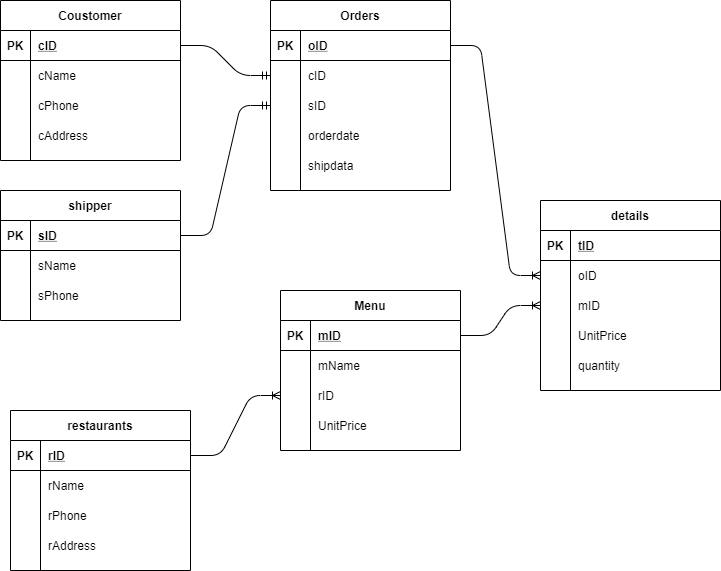
Before: ERD0708.png, a diagram exported from draw.io (chiayi-chiang/HW0807). Source tidied: cells renumbered, new cells last; positions are measured from the earlier drawing's top-left corner, leaving out a move shared by most shapes.
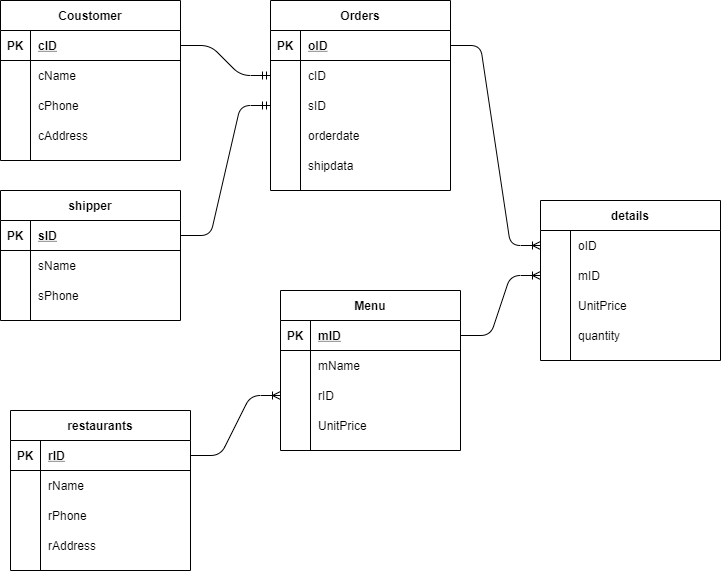
The same diagram one commit later.

What changed in the source:
```diff
@@ -135,19 +135,10 @@
       <mxGeometry relative="1" as="geometry" />
     </mxCell>
     <mxCell id="46" value="details" style="shape=table;startSize=30;rowLines=0;fontStyle=1;align=center;" parent="1" vertex="1">
-      <mxGeometry x="540" y="200" width="180" height="190" as="geometry" />
+      <mxGeometry x="540" y="200" width="180" height="160" as="geometry" />
     </mxCell>
-    <mxCell id="47" style="shape=partialRectangle;fillColor=none;top=0;left=0;bottom=1;right=0;" parent="46" vertex="1">
-      <mxGeometry y="30" width="180" height="30" as="geometry" />
-    </mxCell>
-    <mxCell id="48" value="PK" style="shape=partialRectangle;fillColor=none;top=0;left=0;bottom=0;right=0;fontStyle=1;overflow=hidden;" parent="47" vertex="1">
-      <mxGeometry width="30" height="30" as="geometry" />
-    </mxCell>
-    <mxCell id="49" value="tID" style="shape=partialRectangle;fillColor=none;top=0;left=0;bottom=0;right=0;align=left;spacingLeft=6;fontStyle=5;overflow=hidden;" parent="47" vertex="1">
-      <mxGeometry x="30" width="150" height="30" as="geometry" />
-    </mxCell>
     <mxCell id="50" style="shape=partialRectangle;fillColor=none;top=0;left=0;bottom=0;right=0;points=[[0,0.5],[1,0.5]];portConstraint=eastwest;" parent="46" vertex="1">
-      <mxGeometry y="60" width="180" height="30" as="geometry" />
+      <mxGeometry y="30" width="180" height="30" as="geometry" />
     </mxCell>
     <mxCell id="51" style="shape=partialRectangle;fillColor=none;top=0;left=0;bottom=0;right=0;overflow=hidden;" parent="50" vertex="1">
       <mxGeometry width="30" height="30" as="geometry" />
@@ -156,7 +147,7 @@
       <mxGeometry x="30" width="150" height="30" as="geometry" />
     </mxCell>
     <mxCell id="53" style="shape=partialRectangle;fillColor=none;top=0;left=0;bottom=0;right=0;points=[[0,0.5],[1,0.5]];portConstraint=eastwest;" parent="46" vertex="1">
-      <mxGeometry y="90" width="180" height="30" as="geometry" />
+      <mxGeometry y="60" width="180" height="30" as="geometry" />
     </mxCell>
     <mxCell id="54" style="shape=partialRectangle;fillColor=none;top=0;left=0;bottom=0;right=0;overflow=hidden;" parent="53" vertex="1">
       <mxGeometry width="30" height="30" as="geometry" />
@@ -165,7 +156,7 @@
       <mxGeometry x="30" width="150" height="30" as="geometry" />
     </mxCell>
     <mxCell id="56" style="shape=partialRectangle;fillColor=none;top=0;left=0;bottom=0;right=0;" parent="46" vertex="1">
-      <mxGeometry y="120" width="180" height="30" as="geometry" />
+      <mxGeometry y="90" width="180" height="30" as="geometry" />
     </mxCell>
     <mxCell id="57" style="shape=partialRectangle;fillColor=none;top=0;left=0;bottom=0;right=0;overflow=hidden;" parent="56" vertex="1">
       <mxGeometry width="30" height="30" as="geometry" />
@@ -174,7 +165,7 @@
       <mxGeometry x="30" width="150" height="30" as="geometry" />
     </mxCell>
     <mxCell id="59" style="shape=partialRectangle;fillColor=none;top=0;left=0;bottom=0;right=0;" parent="46" vertex="1">
-      <mxGeometry y="150" width="180" height="30" as="geometry" />
+      <mxGeometry y="120" width="180" height="30" as="geometry" />
     </mxCell>
     <mxCell id="60" style="shape=partialRectangle;fillColor=none;top=0;left=0;bottom=0;right=0;overflow=hidden;" parent="59" vertex="1">
       <mxGeometry width="30" height="30" as="geometry" />
```
